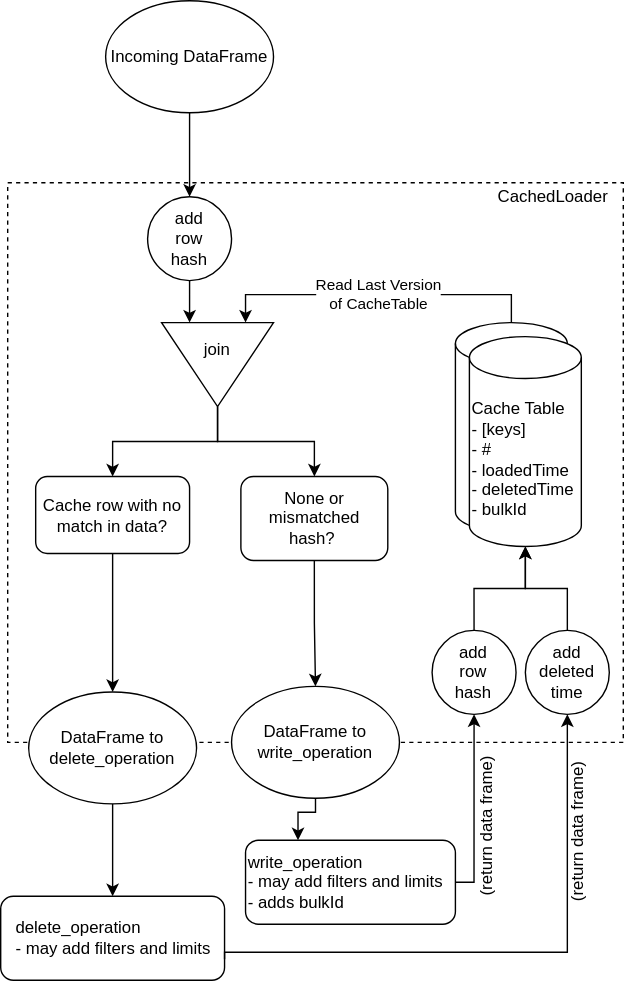
This is docs/etl/specializations/cached_loader.svg from spetlr-org/spetlr, a draw.io export, as it was before one commit. Source tidied: cells renumbered, new cells last; positions are measured from the earlier drawing's top-left corner, leaving out a move shared by most shapes.
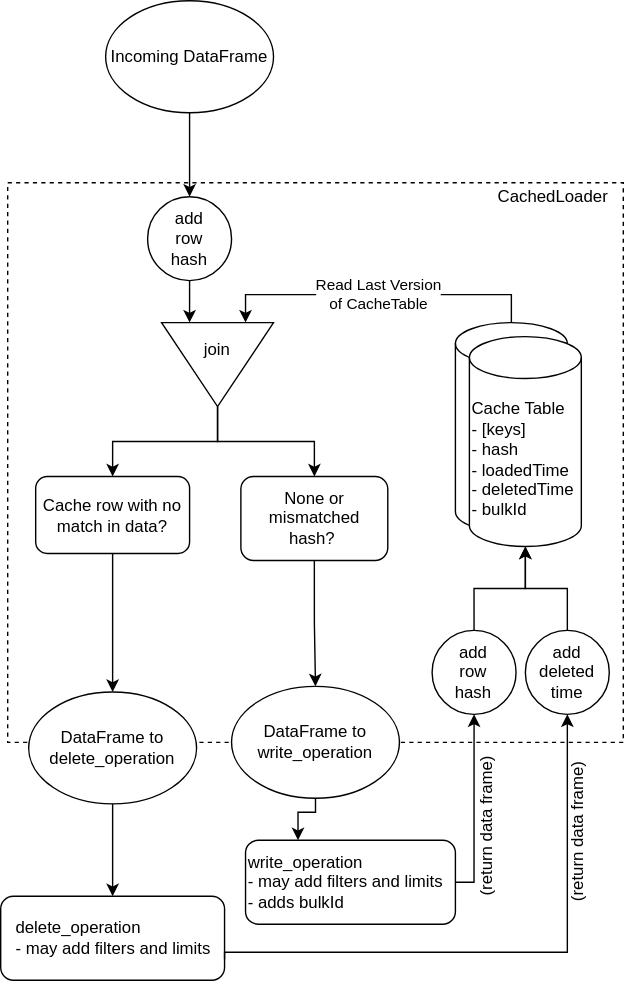
The same file after the commit.

Change to the diagram source:
```diff
@@ -23,7 +23,7 @@
     <mxCell id="8" style="shape=cylinder3;whiteSpace=wrap;html=1;boundedLbl=1;backgroundOutline=1;size=15;fillColor=default;" parent="1" vertex="1">
       <mxGeometry x="325" y="230" width="80" height="150" as="geometry" />
     </mxCell>
-    <mxCell id="9" value="Cache Table&lt;br&gt;- [keys]&lt;br&gt;- #&lt;br&gt;- loadedTime&lt;br&gt;- deletedTime&lt;br&gt;- bulkId" style="shape=cylinder3;whiteSpace=wrap;html=1;boundedLbl=1;backgroundOutline=1;size=15;fillColor=default;align=left;" parent="1" vertex="1">
+    <mxCell id="9" value="Cache Table&lt;br&gt;- [keys]&lt;br&gt;- hash&lt;br&gt;- loadedTime&lt;br&gt;- deletedTime&lt;br&gt;- bulkId" style="shape=cylinder3;whiteSpace=wrap;html=1;boundedLbl=1;backgroundOutline=1;size=15;fillColor=default;align=left;" parent="1" vertex="1">
       <mxGeometry x="335" y="240" width="80" height="150" as="geometry" />
     </mxCell>
     <mxCell id="10" style="triangle;whiteSpace=wrap;html=1;fillColor=default;rotation=90;" parent="1" vertex="1">
```
